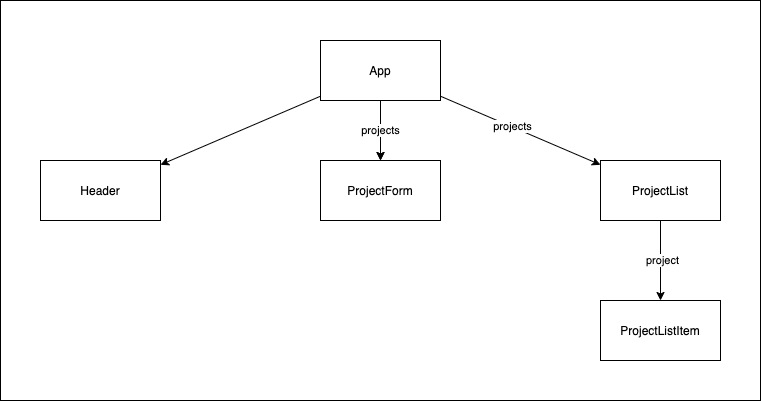
Earlier version of the draw.io export 02_components_and_props/component-hierarchy.png (learn-co-students/SENG-LIVE-013122-phase-2). Source tidied: cells renumbered, new cells last; positions are measured from the earlier drawing's top-left corner, leaving out a move shared by most shapes.
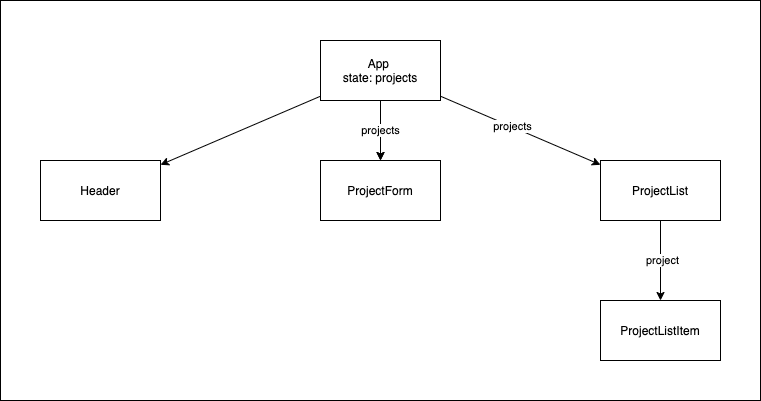
The same diagram one commit later.

Diff of the diagram source:
```diff
@@ -21,7 +21,7 @@
     <mxCell id="8" value="projects" style="edgeLabel;html=1;align=center;verticalAlign=middle;" parent="7" vertex="1">
       <mxGeometry x="-0.12" y="1" relative="1" as="geometry" />
     </mxCell>
-    <mxCell id="9" value="App" style="rounded=0;whiteSpace=wrap;html=1;" parent="3" vertex="1">
+    <mxCell id="9" value="App&amp;nbsp;&lt;br&gt;state: projects" style="rounded=0;whiteSpace=wrap;html=1;" parent="3" vertex="1">
       <mxGeometry x="320" y="40" width="120" height="60" as="geometry" />
     </mxCell>
     <mxCell id="10" value="Header" style="rounded=0;whiteSpace=wrap;html=1;" parent="3" vertex="1">
```
